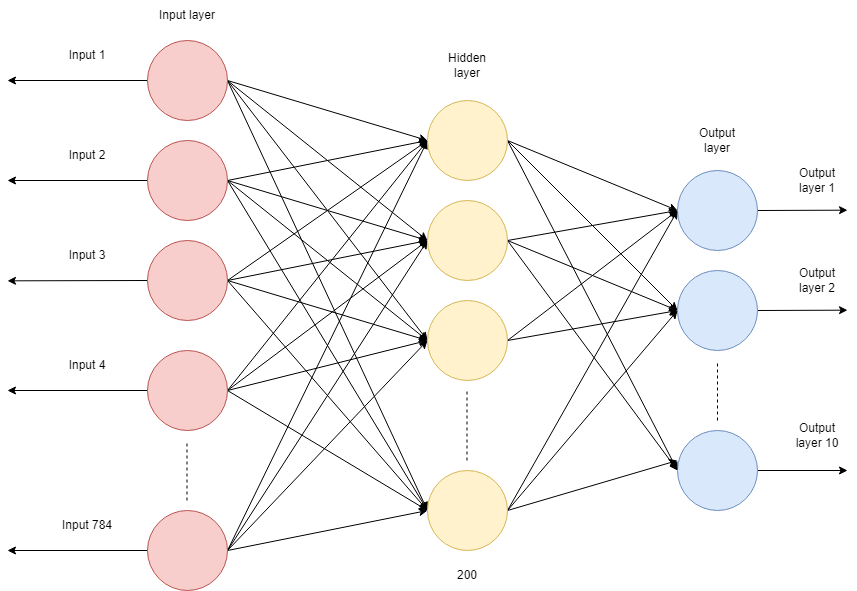
sant77/red-neuronal-conceptos-matematicos keeps this draw.io diagram as images/red_clasificacion.png. Above is the earlier version. Source tidied: cells renumbered, new cells last; positions are measured from the earlier drawing's top-left corner, leaving out a move shared by most shapes. The source it was exported from:
```xml
<mxGraphModel>
  <root>
    <mxCell id="0" />
    <mxCell id="1" parent="0" />
    <mxCell id="2" style="rounded=0;jettySize=auto;html=1;exitX=1;exitY=0.5;exitDx=0;exitDy=0;entryX=0;entryY=0.5;entryDx=0;entryDy=0;" parent="1" edge="1" source="7" target="25">
      <mxGeometry relative="1" as="geometry" />
    </mxCell>
    <mxCell id="3" style="rounded=0;jettySize=auto;html=1;exitX=1;exitY=0.5;exitDx=0;exitDy=0;entryX=0;entryY=0.5;entryDx=0;entryDy=0;" parent="1" edge="1" source="7" target="39">
      <mxGeometry relative="1" as="geometry" />
    </mxCell>
    <mxCell id="4" style="rounded=0;jettySize=auto;html=1;exitX=1;exitY=0.5;exitDx=0;exitDy=0;entryX=0;entryY=0.5;entryDx=0;entryDy=0;" parent="1" edge="1" source="7" target="42">
      <mxGeometry relative="1" as="geometry" />
    </mxCell>
    <mxCell id="5" style="rounded=0;jettySize=auto;html=1;exitX=1;exitY=0.5;exitDx=0;exitDy=0;entryX=0;entryY=0.5;entryDx=0;entryDy=0;" parent="1" edge="1" source="7" target="53">
      <mxGeometry relative="1" as="geometry" />
    </mxCell>
    <mxCell id="6" style="edgeStyle=none;rounded=0;jettySize=auto;html=1;exitX=0;exitY=0.5;exitDx=0;exitDy=0;" parent="1" edge="1" source="7">
      <mxGeometry relative="1" as="geometry">
        <mxPoint y="80" as="targetPoint" />
      </mxGeometry>
    </mxCell>
    <mxCell id="7" style="ellipse;whiteSpace=wrap;html=1;fillColor=#f8cecc;strokeColor=#b85450;" parent="1" vertex="1">
      <mxGeometry x="140" y="40" width="80" height="80" as="geometry" />
    </mxCell>
    <mxCell id="8" style="edgeStyle=none;rounded=0;jettySize=auto;html=1;exitX=1;exitY=0.5;exitDx=0;exitDy=0;" parent="1" edge="1" source="9">
      <mxGeometry relative="1" as="geometry">
        <mxPoint x="840" y="470" as="targetPoint" />
      </mxGeometry>
    </mxCell>
    <mxCell id="9" style="ellipse;whiteSpace=wrap;html=1;fillColor=#dae8fc;strokeColor=#6c8ebf;" parent="1" vertex="1">
      <mxGeometry x="670" y="430" width="80" height="80" as="geometry" />
    </mxCell>
    <mxCell id="10" style="edgeStyle=none;rounded=0;jettySize=auto;html=1;exitX=1;exitY=0.5;exitDx=0;exitDy=0;entryX=0;entryY=0.5;entryDx=0;entryDy=0;" parent="1" edge="1" source="15" target="25">
      <mxGeometry relative="1" as="geometry" />
    </mxCell>
    <mxCell id="11" style="edgeStyle=none;rounded=0;jettySize=auto;html=1;exitX=1;exitY=0.5;exitDx=0;exitDy=0;entryX=0;entryY=0.5;entryDx=0;entryDy=0;" parent="1" edge="1" source="15" target="39">
      <mxGeometry relative="1" as="geometry" />
    </mxCell>
    <mxCell id="12" style="edgeStyle=none;rounded=0;jettySize=auto;html=1;exitX=1;exitY=0.5;exitDx=0;exitDy=0;entryX=0;entryY=0.5;entryDx=0;entryDy=0;" parent="1" edge="1" source="15" target="42">
      <mxGeometry relative="1" as="geometry" />
    </mxCell>
    <mxCell id="13" style="edgeStyle=none;rounded=0;jettySize=auto;html=1;exitX=1;exitY=0.5;exitDx=0;exitDy=0;entryX=0;entryY=0.5;entryDx=0;entryDy=0;" parent="1" edge="1" source="15" target="53">
      <mxGeometry relative="1" as="geometry" />
    </mxCell>
    <mxCell id="14" style="edgeStyle=none;rounded=0;jettySize=auto;html=1;exitX=0;exitY=0.5;exitDx=0;exitDy=0;" parent="1" edge="1" source="15">
      <mxGeometry relative="1" as="geometry">
        <mxPoint y="280.3" as="targetPoint" />
      </mxGeometry>
    </mxCell>
    <mxCell id="15" style="ellipse;whiteSpace=wrap;html=1;fillColor=#f8cecc;strokeColor=#b85450;" parent="1" vertex="1">
      <mxGeometry x="140" y="240" width="80" height="80" as="geometry" />
    </mxCell>
    <mxCell id="16" style="edgeStyle=none;rounded=0;jettySize=auto;html=1;exitX=1;exitY=0.5;exitDx=0;exitDy=0;entryX=0;entryY=0.5;entryDx=0;entryDy=0;" parent="1" edge="1" source="21" target="25">
      <mxGeometry relative="1" as="geometry" />
    </mxCell>
    <mxCell id="17" style="edgeStyle=none;rounded=0;jettySize=auto;html=1;exitX=1;exitY=0.5;exitDx=0;exitDy=0;" parent="1" edge="1" source="21">
      <mxGeometry relative="1" as="geometry">
        <mxPoint x="420" y="240" as="targetPoint" />
      </mxGeometry>
    </mxCell>
    <mxCell id="18" style="edgeStyle=none;rounded=0;jettySize=auto;html=1;exitX=1;exitY=0.5;exitDx=0;exitDy=0;entryX=0;entryY=0.5;entryDx=0;entryDy=0;" parent="1" edge="1" source="21" target="42">
      <mxGeometry relative="1" as="geometry" />
    </mxCell>
    <mxCell id="19" style="edgeStyle=none;rounded=0;jettySize=auto;html=1;exitX=1;exitY=0.5;exitDx=0;exitDy=0;entryX=0;entryY=0.5;entryDx=0;entryDy=0;" parent="1" edge="1" source="21" target="53">
      <mxGeometry relative="1" as="geometry" />
    </mxCell>
    <mxCell id="20" style="edgeStyle=none;rounded=0;jettySize=auto;html=1;exitX=0;exitY=0.5;exitDx=0;exitDy=0;" parent="1" edge="1" source="21">
      <mxGeometry relative="1" as="geometry">
        <mxPoint y="550" as="targetPoint" />
      </mxGeometry>
    </mxCell>
    <mxCell id="21" style="ellipse;whiteSpace=wrap;html=1;fillColor=#f8cecc;strokeColor=#b85450;" parent="1" vertex="1">
      <mxGeometry x="140" y="510" width="80" height="80" as="geometry" />
    </mxCell>
    <mxCell id="22" style="edgeStyle=none;rounded=0;jettySize=auto;html=1;exitX=1;exitY=0.5;exitDx=0;exitDy=0;entryX=0;entryY=0.5;entryDx=0;entryDy=0;" parent="1" edge="1" source="25" target="27">
      <mxGeometry relative="1" as="geometry" />
    </mxCell>
    <mxCell id="23" style="edgeStyle=none;rounded=0;jettySize=auto;html=1;exitX=1;exitY=0.5;exitDx=0;exitDy=0;entryX=0;entryY=0.5;entryDx=0;entryDy=0;" parent="1" edge="1" source="25" target="29">
      <mxGeometry relative="1" as="geometry" />
    </mxCell>
    <mxCell id="24" style="edgeStyle=none;rounded=0;jettySize=auto;html=1;exitX=1;exitY=0.5;exitDx=0;exitDy=0;entryX=0;entryY=0.5;entryDx=0;entryDy=0;" parent="1" edge="1" source="25" target="9">
      <mxGeometry relative="1" as="geometry" />
    </mxCell>
    <mxCell id="25" style="ellipse;whiteSpace=wrap;html=1;fillColor=#fff2cc;strokeColor=#d6b656;" parent="1" vertex="1">
      <mxGeometry x="420" y="100" width="80" height="80" as="geometry" />
    </mxCell>
    <mxCell id="26" style="edgeStyle=none;rounded=0;jettySize=auto;html=1;exitX=1;exitY=0.5;exitDx=0;exitDy=0;" parent="1" edge="1" source="27">
      <mxGeometry relative="1" as="geometry">
        <mxPoint x="840" y="209.7" as="targetPoint" />
      </mxGeometry>
    </mxCell>
    <mxCell id="27" style="ellipse;whiteSpace=wrap;html=1;fillColor=#dae8fc;strokeColor=#6c8ebf;" parent="1" vertex="1">
      <mxGeometry x="670" y="170" width="80" height="80" as="geometry" />
    </mxCell>
    <mxCell id="28" style="edgeStyle=none;rounded=0;jettySize=auto;html=1;exitX=1;exitY=0.5;exitDx=0;exitDy=0;" parent="1" edge="1" source="29">
      <mxGeometry relative="1" as="geometry">
        <mxPoint x="840" y="309.7" as="targetPoint" />
      </mxGeometry>
    </mxCell>
    <mxCell id="29" style="ellipse;whiteSpace=wrap;html=1;fillColor=#dae8fc;strokeColor=#6c8ebf;" parent="1" vertex="1">
      <mxGeometry x="670" y="270" width="80" height="80" as="geometry" />
    </mxCell>
    <mxCell id="30" style="rounded=0;jettySize=auto;html=1;exitX=1;exitY=0.5;exitDx=0;exitDy=0;entryX=0;entryY=0.5;entryDx=0;entryDy=0;" parent="1" edge="1" source="35" target="25">
      <mxGeometry relative="1" as="geometry" />
    </mxCell>
    <mxCell id="31" style="rounded=0;jettySize=auto;html=1;exitX=1;exitY=0.5;exitDx=0;exitDy=0;entryX=0;entryY=0.5;entryDx=0;entryDy=0;" parent="1" edge="1" source="35" target="39">
      <mxGeometry relative="1" as="geometry" />
    </mxCell>
    <mxCell id="32" style="rounded=0;jettySize=auto;html=1;exitX=1;exitY=0.5;exitDx=0;exitDy=0;entryX=0;entryY=0.5;entryDx=0;entryDy=0;" parent="1" edge="1" source="35" target="42">
      <mxGeometry relative="1" as="geometry" />
    </mxCell>
    <mxCell id="33" style="rounded=0;jettySize=auto;html=1;exitX=1;exitY=0.5;exitDx=0;exitDy=0;entryX=0;entryY=0.5;entryDx=0;entryDy=0;" parent="1" edge="1" source="35" target="53">
      <mxGeometry relative="1" as="geometry" />
    </mxCell>
    <mxCell id="34" style="edgeStyle=none;rounded=0;jettySize=auto;html=1;exitX=0;exitY=0.5;exitDx=0;exitDy=0;" parent="1" edge="1" source="35">
      <mxGeometry relative="1" as="geometry">
        <mxPoint y="180" as="targetPoint" />
      </mxGeometry>
    </mxCell>
    <mxCell id="35" style="ellipse;whiteSpace=wrap;html=1;fillColor=#f8cecc;strokeColor=#b85450;" parent="1" vertex="1">
      <mxGeometry x="140" y="140" width="80" height="80" as="geometry" />
    </mxCell>
    <mxCell id="36" style="edgeStyle=none;rounded=0;jettySize=auto;html=1;exitX=1;exitY=0.5;exitDx=0;exitDy=0;entryX=0;entryY=0.5;entryDx=0;entryDy=0;" parent="1" edge="1" source="39" target="27">
      <mxGeometry relative="1" as="geometry" />
    </mxCell>
    <mxCell id="37" style="edgeStyle=none;rounded=0;jettySize=auto;html=1;exitX=1;exitY=0.5;exitDx=0;exitDy=0;entryX=0;entryY=0.5;entryDx=0;entryDy=0;" parent="1" edge="1" source="39" target="29">
      <mxGeometry relative="1" as="geometry" />
    </mxCell>
    <mxCell id="38" style="edgeStyle=none;rounded=0;jettySize=auto;html=1;exitX=1;exitY=0.5;exitDx=0;exitDy=0;entryX=0;entryY=0.5;entryDx=0;entryDy=0;" parent="1" edge="1" source="39" target="9">
      <mxGeometry relative="1" as="geometry" />
    </mxCell>
    <mxCell id="39" style="ellipse;whiteSpace=wrap;html=1;fillColor=#fff2cc;strokeColor=#d6b656;" parent="1" vertex="1">
      <mxGeometry x="420" y="200" width="80" height="80" as="geometry" />
    </mxCell>
    <mxCell id="40" style="edgeStyle=none;rounded=0;jettySize=auto;html=1;exitX=1;exitY=0.5;exitDx=0;exitDy=0;entryX=0;entryY=0.5;entryDx=0;entryDy=0;" parent="1" edge="1" source="42" target="27">
      <mxGeometry relative="1" as="geometry" />
    </mxCell>
    <mxCell id="41" style="edgeStyle=none;rounded=0;jettySize=auto;html=1;exitX=1;exitY=0.5;exitDx=0;exitDy=0;entryX=0;entryY=0.5;entryDx=0;entryDy=0;" parent="1" edge="1" source="42" target="29">
      <mxGeometry relative="1" as="geometry" />
    </mxCell>
    <mxCell id="42" style="ellipse;whiteSpace=wrap;html=1;fillColor=#fff2cc;strokeColor=#d6b656;" parent="1" vertex="1">
      <mxGeometry x="420" y="300" width="80" height="80" as="geometry" />
    </mxCell>
    <mxCell id="43" style="edgeStyle=none;rounded=0;jettySize=auto;html=1;exitX=1;exitY=0.5;exitDx=0;exitDy=0;entryX=0;entryY=0.5;entryDx=0;entryDy=0;" parent="1" edge="1" source="48" target="25">
      <mxGeometry relative="1" as="geometry" />
    </mxCell>
    <mxCell id="44" style="edgeStyle=none;rounded=0;jettySize=auto;html=1;exitX=1;exitY=0.5;exitDx=0;exitDy=0;entryX=0;entryY=0.5;entryDx=0;entryDy=0;" parent="1" edge="1" source="48" target="39">
      <mxGeometry relative="1" as="geometry" />
    </mxCell>
    <mxCell id="45" style="edgeStyle=none;rounded=0;jettySize=auto;html=1;exitX=1;exitY=0.5;exitDx=0;exitDy=0;entryX=0;entryY=0.5;entryDx=0;entryDy=0;" parent="1" edge="1" source="48" target="42">
      <mxGeometry relative="1" as="geometry" />
    </mxCell>
    <mxCell id="46" style="edgeStyle=none;rounded=0;jettySize=auto;html=1;exitX=1;exitY=0.5;exitDx=0;exitDy=0;entryX=0;entryY=0.5;entryDx=0;entryDy=0;" parent="1" edge="1" source="48" target="53">
      <mxGeometry relative="1" as="geometry" />
    </mxCell>
    <mxCell id="47" style="edgeStyle=none;rounded=0;jettySize=auto;html=1;exitX=0;exitY=0.5;exitDx=0;exitDy=0;" parent="1" edge="1" source="48">
      <mxGeometry relative="1" as="geometry">
        <mxPoint y="390" as="targetPoint" />
      </mxGeometry>
    </mxCell>
    <mxCell id="48" style="ellipse;whiteSpace=wrap;html=1;fillColor=#f8cecc;strokeColor=#b85450;" parent="1" vertex="1">
      <mxGeometry x="140" y="350" width="80" height="80" as="geometry" />
    </mxCell>
    <mxCell id="49" style="endArrow=none;dashed=1;html=1;rounded=0;" parent="1" edge="1">
      <mxGeometry relative="1" as="geometry">
        <mxPoint x="179.5" y="500" as="sourcePoint" />
        <mxPoint x="179.5" y="440" as="targetPoint" />
      </mxGeometry>
    </mxCell>
    <mxCell id="50" style="edgeStyle=none;rounded=0;jettySize=auto;html=1;exitX=1;exitY=0.5;exitDx=0;exitDy=0;" parent="1" edge="1" source="53">
      <mxGeometry relative="1" as="geometry">
        <mxPoint x="670" y="210" as="targetPoint" />
      </mxGeometry>
    </mxCell>
    <mxCell id="51" style="edgeStyle=none;rounded=0;jettySize=auto;html=1;exitX=1;exitY=0.5;exitDx=0;exitDy=0;entryX=0;entryY=0.5;entryDx=0;entryDy=0;" parent="1" edge="1" source="53" target="29">
      <mxGeometry relative="1" as="geometry" />
    </mxCell>
    <mxCell id="52" style="edgeStyle=none;rounded=0;jettySize=auto;html=1;exitX=1;exitY=0.5;exitDx=0;exitDy=0;" parent="1" edge="1" source="53">
      <mxGeometry relative="1" as="geometry">
        <mxPoint x="670" y="460" as="targetPoint" />
      </mxGeometry>
    </mxCell>
    <mxCell id="53" style="ellipse;whiteSpace=wrap;html=1;fillColor=#fff2cc;strokeColor=#d6b656;" parent="1" vertex="1">
      <mxGeometry x="420" y="470" width="80" height="80" as="geometry" />
    </mxCell>
    <mxCell id="54" style="endArrow=none;dashed=1;html=1;rounded=0;" parent="1" edge="1">
      <mxGeometry relative="1" as="geometry">
        <mxPoint x="459.5" y="460" as="sourcePoint" />
        <mxPoint x="459.5" y="390" as="targetPoint" />
      </mxGeometry>
    </mxCell>
    <mxCell id="55" style="endArrow=none;dashed=1;html=1;rounded=0;" parent="1" edge="1">
      <mxGeometry relative="1" as="geometry">
        <mxPoint x="710" y="420" as="sourcePoint" />
        <mxPoint x="710" y="360" as="targetPoint" />
      </mxGeometry>
    </mxCell>
    <mxCell id="56" value="Input 1" style="text;html=1;strokeColor=none;fillColor=none;align=center;verticalAlign=middle;whiteSpace=wrap;rounded=0;" parent="1" vertex="1">
      <mxGeometry x="50" y="40" width="60" height="30" as="geometry" />
    </mxCell>
    <mxCell id="57" value="Input 2" style="text;html=1;strokeColor=none;fillColor=none;align=center;verticalAlign=middle;whiteSpace=wrap;rounded=0;" parent="1" vertex="1">
      <mxGeometry x="50" y="140" width="60" height="30" as="geometry" />
    </mxCell>
    <mxCell id="58" value="Input 3" style="text;html=1;strokeColor=none;fillColor=none;align=center;verticalAlign=middle;whiteSpace=wrap;rounded=0;" parent="1" vertex="1">
      <mxGeometry x="50" y="240" width="60" height="30" as="geometry" />
    </mxCell>
    <mxCell id="59" value="Input 4" style="text;html=1;strokeColor=none;fillColor=none;align=center;verticalAlign=middle;whiteSpace=wrap;rounded=0;" parent="1" vertex="1">
      <mxGeometry x="50" y="350" width="60" height="30" as="geometry" />
    </mxCell>
    <mxCell id="60" value="Input 784" style="text;html=1;strokeColor=none;fillColor=none;align=center;verticalAlign=middle;whiteSpace=wrap;rounded=0;" parent="1" vertex="1">
      <mxGeometry x="50" y="510" width="60" height="30" as="geometry" />
    </mxCell>
    <mxCell id="61" value="Input layer" style="text;html=1;strokeColor=none;fillColor=none;align=center;verticalAlign=middle;whiteSpace=wrap;rounded=0;" parent="1" vertex="1">
      <mxGeometry x="150" width="60" height="30" as="geometry" />
    </mxCell>
    <mxCell id="62" value="Hidden layer" style="text;html=1;strokeColor=none;fillColor=none;align=center;verticalAlign=middle;whiteSpace=wrap;rounded=0;" parent="1" vertex="1">
      <mxGeometry x="430" y="50" width="60" height="30" as="geometry" />
    </mxCell>
    <mxCell id="63" value="Output layer" style="text;html=1;strokeColor=none;fillColor=none;align=center;verticalAlign=middle;whiteSpace=wrap;rounded=0;" parent="1" vertex="1">
      <mxGeometry x="680" y="125" width="60" height="30" as="geometry" />
    </mxCell>
    <mxCell id="64" value="Output layer 1" style="text;html=1;strokeColor=none;fillColor=none;align=center;verticalAlign=middle;whiteSpace=wrap;rounded=0;" parent="1" vertex="1">
      <mxGeometry x="780" y="165" width="60" height="30" as="geometry" />
    </mxCell>
    <mxCell id="65" value="Output layer 2" style="text;html=1;strokeColor=none;fillColor=none;align=center;verticalAlign=middle;whiteSpace=wrap;rounded=0;" parent="1" vertex="1">
      <mxGeometry x="780" y="265" width="60" height="30" as="geometry" />
    </mxCell>
    <mxCell id="66" value="Output layer 10" style="text;html=1;strokeColor=none;fillColor=none;align=center;verticalAlign=middle;whiteSpace=wrap;rounded=0;" parent="1" vertex="1">
      <mxGeometry x="780" y="420" width="60" height="30" as="geometry" />
    </mxCell>
    <mxCell id="67" value="200" style="text;html=1;strokeColor=none;fillColor=none;align=center;verticalAlign=middle;whiteSpace=wrap;rounded=0;" parent="1" vertex="1">
      <mxGeometry x="430" y="560" width="60" height="30" as="geometry" />
    </mxCell>
  </root>
</mxGraphModel>
```
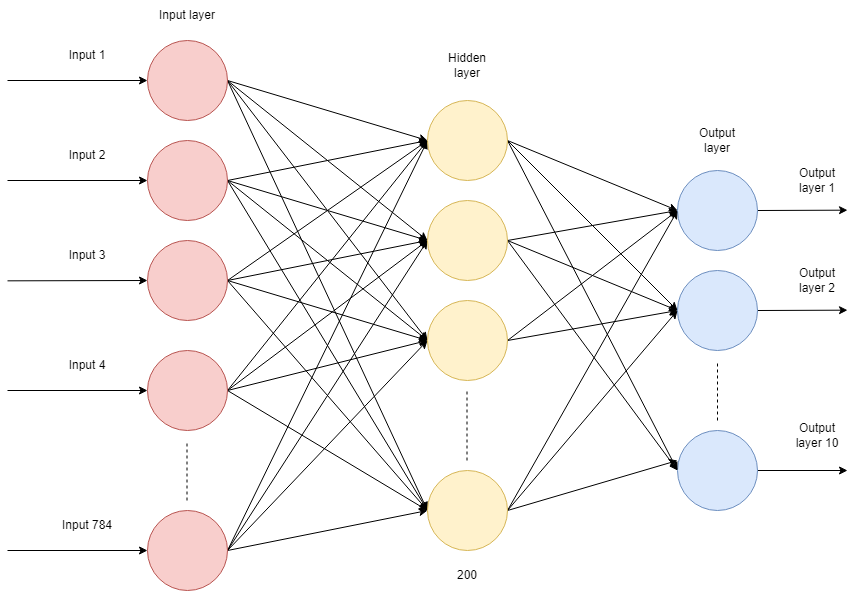
After the commit.

Commit message:
Correcion de varios errores de redaccion

Change to the diagram source:
```diff
@@ -14,7 +14,7 @@
     <mxCell id="5" style="rounded=0;jettySize=auto;html=1;exitX=1;exitY=0.5;exitDx=0;exitDy=0;entryX=0;entryY=0.5;entryDx=0;entryDy=0;" parent="1" edge="1" source="7" target="53">
       <mxGeometry relative="1" as="geometry" />
     </mxCell>
-    <mxCell id="6" style="edgeStyle=none;rounded=0;jettySize=auto;html=1;exitX=0;exitY=0.5;exitDx=0;exitDy=0;" parent="1" edge="1" source="7">
+    <mxCell id="6" style="edgeStyle=none;rounded=0;jettySize=auto;html=1;exitX=0;exitY=0.5;exitDx=0;exitDy=0;startFill=1;startArrow=classic;endArrow=none;endFill=0;" parent="1" edge="1" source="7">
       <mxGeometry relative="1" as="geometry">
         <mxPoint y="80" as="targetPoint" />
       </mxGeometry>
@@ -42,7 +42,7 @@
     <mxCell id="13" style="edgeStyle=none;rounded=0;jettySize=auto;html=1;exitX=1;exitY=0.5;exitDx=0;exitDy=0;entryX=0;entryY=0.5;entryDx=0;entryDy=0;" parent="1" edge="1" source="15" target="53">
       <mxGeometry relative="1" as="geometry" />
     </mxCell>
-    <mxCell id="14" style="edgeStyle=none;rounded=0;jettySize=auto;html=1;exitX=0;exitY=0.5;exitDx=0;exitDy=0;" parent="1" edge="1" source="15">
+    <mxCell id="14" style="edgeStyle=none;rounded=0;jettySize=auto;html=1;exitX=0;exitY=0.5;exitDx=0;exitDy=0;startArrow=classic;startFill=1;endArrow=none;endFill=0;" parent="1" edge="1" source="15">
       <mxGeometry relative="1" as="geometry">
         <mxPoint y="280.3" as="targetPoint" />
       </mxGeometry>
@@ -64,7 +64,7 @@
     <mxCell id="19" style="edgeStyle=none;rounded=0;jettySize=auto;html=1;exitX=1;exitY=0.5;exitDx=0;exitDy=0;entryX=0;entryY=0.5;entryDx=0;entryDy=0;" parent="1" edge="1" source="21" target="53">
       <mxGeometry relative="1" as="geometry" />
     </mxCell>
-    <mxCell id="20" style="edgeStyle=none;rounded=0;jettySize=auto;html=1;exitX=0;exitY=0.5;exitDx=0;exitDy=0;" parent="1" edge="1" source="21">
+    <mxCell id="20" style="edgeStyle=none;rounded=0;jettySize=auto;html=1;exitX=0;exitY=0.5;exitDx=0;exitDy=0;endArrow=none;endFill=0;startArrow=classic;startFill=1;" parent="1" edge="1" source="21">
       <mxGeometry relative="1" as="geometry">
         <mxPoint y="550" as="targetPoint" />
       </mxGeometry>
@@ -112,7 +112,7 @@
     <mxCell id="33" style="rounded=0;jettySize=auto;html=1;exitX=1;exitY=0.5;exitDx=0;exitDy=0;entryX=0;entryY=0.5;entryDx=0;entryDy=0;" parent="1" edge="1" source="35" target="53">
       <mxGeometry relative="1" as="geometry" />
     </mxCell>
-    <mxCell id="34" style="edgeStyle=none;rounded=0;jettySize=auto;html=1;exitX=0;exitY=0.5;exitDx=0;exitDy=0;" parent="1" edge="1" source="35">
+    <mxCell id="34" style="edgeStyle=none;rounded=0;jettySize=auto;html=1;exitX=0;exitY=0.5;exitDx=0;exitDy=0;startArrow=classic;startFill=1;endArrow=none;endFill=0;" parent="1" edge="1" source="35">
       <mxGeometry relative="1" as="geometry">
         <mxPoint y="180" as="targetPoint" />
       </mxGeometry>
@@ -153,7 +153,7 @@
     <mxCell id="46" style="edgeStyle=none;rounded=0;jettySize=auto;html=1;exitX=1;exitY=0.5;exitDx=0;exitDy=0;entryX=0;entryY=0.5;entryDx=0;entryDy=0;" parent="1" edge="1" source="48" target="53">
       <mxGeometry relative="1" as="geometry" />
     </mxCell>
-    <mxCell id="47" style="edgeStyle=none;rounded=0;jettySize=auto;html=1;exitX=0;exitY=0.5;exitDx=0;exitDy=0;" parent="1" edge="1" source="48">
+    <mxCell id="47" style="edgeStyle=none;rounded=0;jettySize=auto;html=1;exitX=0;exitY=0.5;exitDx=0;exitDy=0;endArrow=none;endFill=0;startArrow=classic;startFill=1;" parent="1" edge="1" source="48">
       <mxGeometry relative="1" as="geometry">
         <mxPoint y="390" as="targetPoint" />
       </mxGeometry>
```
